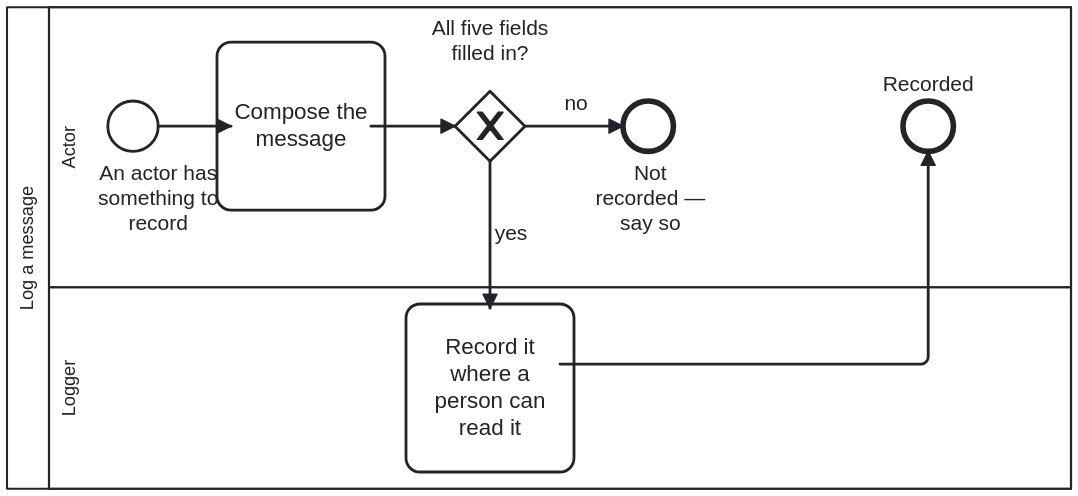
Above: processes/log-message.svg in litlfred/bootstrap (BPMN), before the change. Its source is kept beside it as processes/log-message.bpmn. Ids are renumbered.
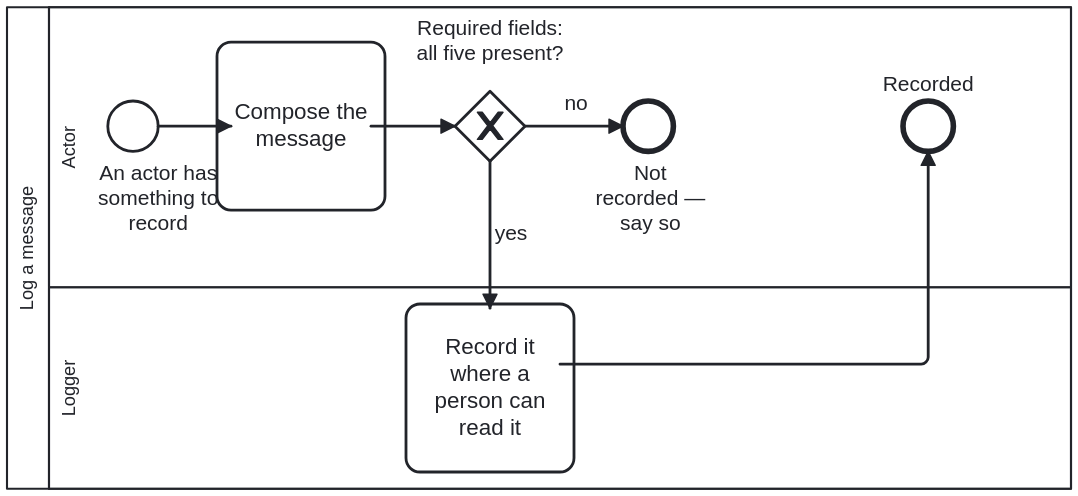
After the change.

Commit message:
log-message: keep "all five present" in the gateway label

bootstrap-tools logger.test.ts requires the gateway name to match
/all five present/. Label it "Required fields: all five present?",
which still says what the five are.

Claude-Session: https://claude.ai/code/session_01Qmmkt6S2Gbdw1jndEmURfs

What changed in the source:
```diff
@@ -48,7 +48,7 @@
       <bpmn:extensionElements><bootstrap.processes:skill ref="log-message"/></bpmn:extensionElements>
     </bpmn:task>
 
-    <bpmn:exclusiveGateway id="GW_Complete" name="All five fields filled in?">
+    <bpmn:exclusiveGateway id="GW_Complete" name="Required fields: all five present?">
       <bpmn:documentation>Checks the composed message against the five required fields of the log-message skill (skills/log-message.md, table "The message"): timestamp, actor, process, task and message. The optional body is not counted. If any one of the five is missing or empty, the answer is no.</bpmn:documentation>
     </bpmn:exclusiveGateway>
 
@@ -91,7 +91,7 @@
       <bpmndi:BPMNShape id="Shape_GW_Complete" bpmnElement="GW_Complete" isMarkerVisible="true">
         <dc:Bounds x="480" y="140" width="50" height="50" />
 
-      <bpmndi:BPMNLabel><dc:Bounds x="455" y="86" width="100" height="45"/></bpmndi:BPMNLabel></bpmndi:BPMNShape>
+      <bpmndi:BPMNLabel><dc:Bounds x="445" y="86" width="120" height="45"/></bpmndi:BPMNLabel></bpmndi:BPMNShape>
       <bpmndi:BPMNShape id="Shape_End_NotLogged" bpmnElement="End_NotLogged">
         <dc:Bounds x="600" y="147" width="36" height="36" />
 
```
